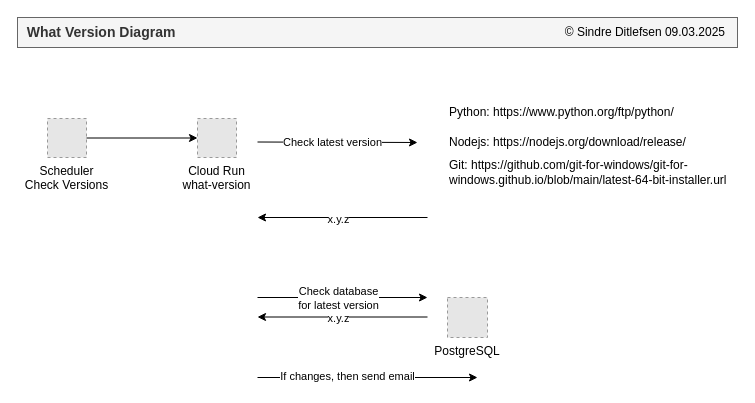
This is what-version/_docs/what-version-diagram.drawio from ditlef9/python-nextjs-postgresql-devsecops-gcp, a draw.io file, before an edit. Source tidied: cells renumbered, new cells numbered last; positions are measured from the earlier drawing's top-left corner, leaving out a move shared by most shapes. Both pictures are drawn from the tidied source at 100%, with x=0, y=0 at pixel (17, 17). Pictures stored in the file or linked from it are replaced by grey dashed boxes.
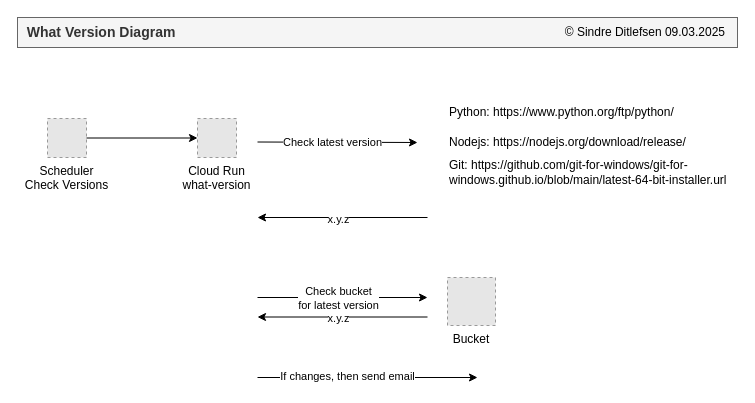
The same page after the edit.

The change refers to these unchanged cells:
```xml
<mxCell id="15" style="endArrow=classic;html=1;rounded=0;" parent="1" edge="1">
  <mxGeometry relative="1" as="geometry">
    <mxPoint x="240" y="280" as="sourcePoint" />
    <mxPoint x="410" y="280" as="targetPoint" />
  </mxGeometry>
</mxCell>
```

What changed in the source:
```diff
@@
-    <mxCell id="14" value="PostgreSQL" style="fillColor=#E6E6E6;strokeColor=#999999;dashed=1;verticalLabelPosition=bottom;labelBackgroundColor=default;verticalAlign=top;" parent="1" vertex="1">
-      <mxGeometry x="430" y="280" width="40" height="40" as="geometry" />
-    </mxCell>
@@
-    <mxCell id="16" value="Check database&lt;br&gt;for latest version" style="edgeLabel;html=1;align=center;verticalAlign=middle;" parent="15" vertex="1">
+    <mxCell id="16" value="Check bucket&lt;br&gt;for latest version" style="edgeLabel;html=1;align=center;verticalAlign=middle;" parent="15" vertex="1">
       <mxGeometry x="-0.2" y="-1" relative="1" as="geometry">
         <mxPoint x="12" y="-1" as="offset" />
       </mxGeometry>
     </mxCell>
@@
+    <mxCell id="21" value="Bucket" style="fillColor=#E6E6E6;strokeColor=#999999;dashed=1;verticalLabelPosition=bottom;labelBackgroundColor=default;verticalAlign=top;" parent="1" vertex="1">
+      <mxGeometry x="430" y="260" width="48" height="48" as="geometry" />
+    </mxCell>
```
